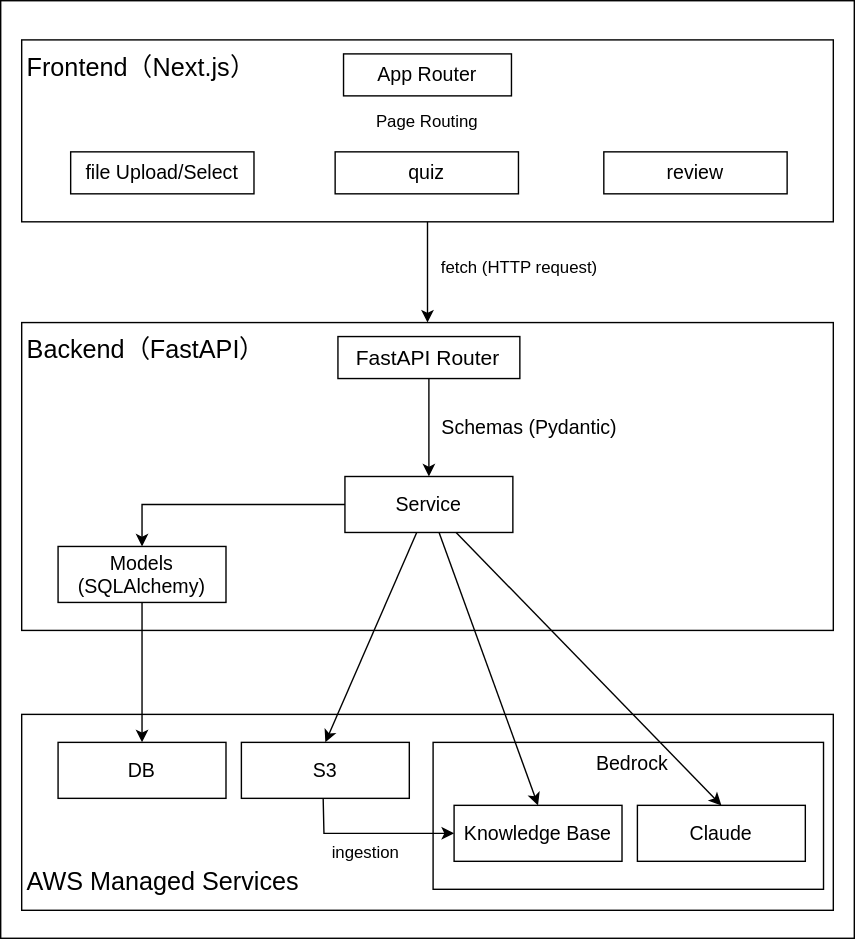
This is docs/assets/system-overview.svg from Applica-760/doc-drill, a draw.io export, as it was before one commit. Source tidied: cells renumbered, new cells last; positions are measured from the earlier drawing's top-left corner, leaving out a move shared by most shapes.
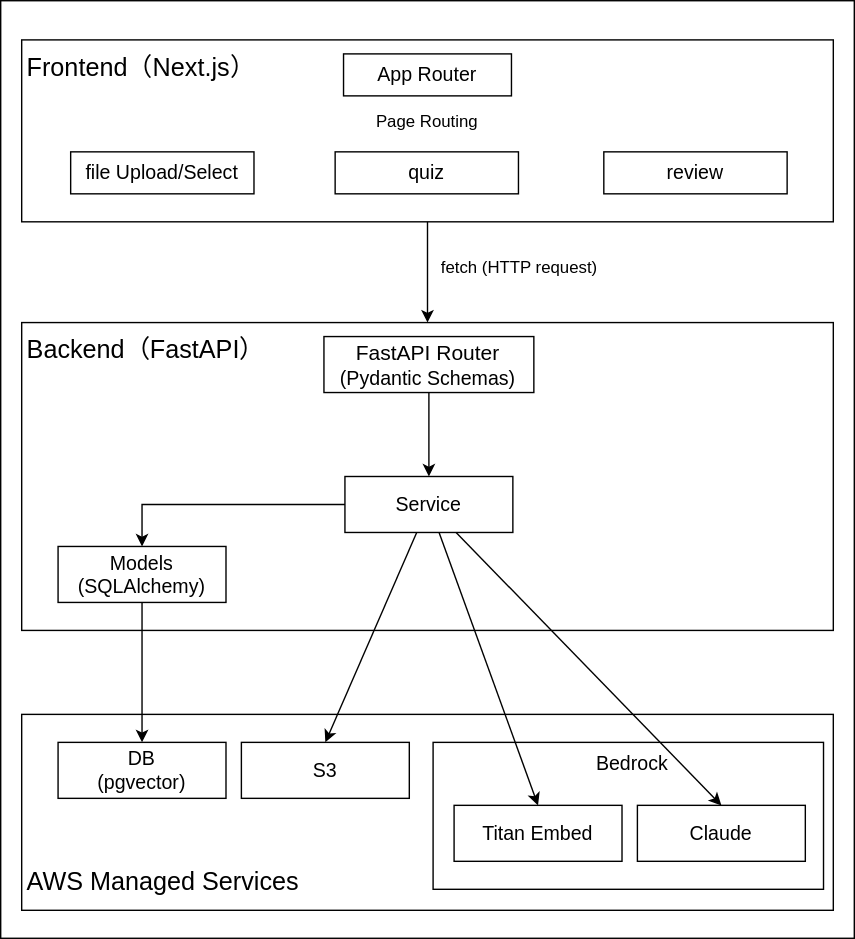
After the commit.

Commit message:
update system overview, readme, architecture.md, and spec.md

The edit, as a diff of the source:
```diff
@@ -45,7 +45,7 @@
       <mxGeometry relative="1" as="geometry" />
     </mxCell>
     <mxCell id="16" style="whiteSpace=wrap;html=1;fillColor=none;strokeColor=light-dark(#000000,#FF6666);" parent="1" vertex="1">
-      <mxGeometry x="241" y="240" width="130" height="30" as="geometry" />
+      <mxGeometry x="231" y="240" width="150" height="40" as="geometry" />
     </mxCell>
     <mxCell id="17" style="edgeStyle=none;html=1;entryX=0.5;entryY=0;entryDx=0;entryDy=0;" parent="1" edge="1" source="21" target="27">
       <mxGeometry relative="1" as="geometry" />
@@ -66,47 +66,33 @@
     <mxCell id="21" value="&lt;font style=&quot;font-size: 14px;&quot;&gt;Service&lt;/font&gt;" style="whiteSpace=wrap;html=1;fillColor=none;strokeColor=light-dark(#000000,#FF6666);" parent="1" vertex="1">
       <mxGeometry x="246" y="340" width="120" height="40" as="geometry" />
     </mxCell>
-    <mxCell id="22" value="Schemas (Pydantic)" style="fillColor=none;strokeColor=none;fontSize=14;fontColor=light-dark(#000000,#FFFFFF);" parent="1" vertex="1">
-      <mxGeometry x="313" y="289" width="130" height="30" as="geometry" />
-    </mxCell>
     <mxCell id="23" style="edgeStyle=none;html=1;" parent="1" edge="1" source="24" target="30">
       <mxGeometry relative="1" as="geometry" />
     </mxCell>
     <mxCell id="24" value="&lt;font style=&quot;font-size: 14px; color: light-dark(rgb(0, 0, 0), rgb(255, 255, 255));&quot;&gt;Models&lt;/font&gt;&lt;div&gt;&lt;font style=&quot;color: light-dark(rgb(0, 0, 0), rgb(255, 255, 255));&quot;&gt;&lt;font style=&quot;font-size: 14px;&quot;&gt;(SQLAlchemy)&lt;/font&gt;&lt;/font&gt;&lt;/div&gt;" style="whiteSpace=wrap;html=1;fillColor=none;strokeColor=light-dark(#000000,#FF6666);" parent="1" vertex="1">
       <mxGeometry x="41" y="390" width="120" height="40" as="geometry" />
     </mxCell>
-    <mxCell id="25" value="&lt;font style=&quot;font-size: 15px;&quot;&gt;FastAPI Router&lt;/font&gt;" style="text;html=1;align=center;verticalAlign=middle;strokeColor=none;fillColor=none;" parent="1" vertex="1">
-      <mxGeometry x="240" y="240" width="130" height="30" as="geometry" />
+    <mxCell id="25" value="&lt;font style=&quot;font-size: 15px; color: light-dark(rgb(0, 0, 0), rgb(255, 255, 255));&quot;&gt;FastAPI Router&lt;/font&gt;&lt;div&gt;&lt;font style=&quot;font-size: 15px; color: light-dark(rgb(0, 0, 0), rgb(255, 255, 255));&quot;&gt;&lt;span style=&quot;font-size: 14px;&quot;&gt;(Pydantic Schemas)&lt;/span&gt;&lt;/font&gt;&lt;/div&gt;" style="text;html=1;align=center;verticalAlign=middle;strokeColor=none;fillColor=none;" parent="1" vertex="1">
+      <mxGeometry x="230" y="235" width="150" height="50" as="geometry" />
     </mxCell>
     <mxCell id="26" value="&lt;font style=&quot;&quot;&gt;Page Routing&lt;/font&gt;" style="whiteSpace=wrap;html=1;strokeColor=none;fillColor=none;fontColor=light-dark(#000000,#FFFFFF);" parent="1" vertex="1">
       <mxGeometry x="265" y="77" width="80" height="20" as="geometry" />
     </mxCell>
-    <mxCell id="27" value="&lt;span style=&quot;font-size: 14px;&quot;&gt;S3&lt;/span&gt;" style="whiteSpace=wrap;html=1;fillColor=none;strokeColor=light-dark(#000000,#33FF99);" parent="1" vertex="1">
+    <mxCell id="27" value="&lt;span style=&quot;font-size: 14px;&quot;&gt;&lt;font style=&quot;color: light-dark(rgb(0, 0, 0), rgb(255, 255, 255));&quot;&gt;S3&lt;/font&gt;&lt;/span&gt;" style="whiteSpace=wrap;html=1;fillColor=none;strokeColor=light-dark(#000000,#33FF99);" parent="1" vertex="1">
       <mxGeometry x="172" y="530" width="120" height="40" as="geometry" />
     </mxCell>
-    <mxCell id="28" value="&lt;span style=&quot;font-size: 14px;&quot;&gt;Knowledge Base&lt;/span&gt;" style="whiteSpace=wrap;html=1;fillColor=none;strokeColor=light-dark(#000000,#33FF99);" parent="1" vertex="1">
+    <mxCell id="28" value="&lt;span style=&quot;font-size: 14px;&quot;&gt;&lt;font style=&quot;color: light-dark(rgb(0, 0, 0), rgb(255, 255, 255));&quot;&gt;Titan Embed&lt;/font&gt;&lt;/span&gt;" style="whiteSpace=wrap;html=1;fillColor=none;strokeColor=light-dark(#000000,#33FF99);" parent="1" vertex="1">
       <mxGeometry x="324" y="575" width="120" height="40" as="geometry" />
     </mxCell>
-    <mxCell id="29" value="&lt;span style=&quot;font-size: 14px;&quot;&gt;Claude&lt;/span&gt;" style="whiteSpace=wrap;html=1;fillColor=none;strokeColor=light-dark(#000000,#33FF99);" parent="1" vertex="1">
+    <mxCell id="29" value="&lt;span style=&quot;font-size: 14px;&quot;&gt;&lt;font style=&quot;color: light-dark(rgb(0, 0, 0), rgb(255, 255, 255));&quot;&gt;Claude&lt;/font&gt;&lt;/span&gt;" style="whiteSpace=wrap;html=1;fillColor=none;strokeColor=light-dark(#000000,#33FF99);" parent="1" vertex="1">
       <mxGeometry x="455" y="575" width="120" height="40" as="geometry" />
     </mxCell>
-    <mxCell id="30" value="&lt;span style=&quot;font-size: 14px;&quot;&gt;DB&lt;/span&gt;" style="whiteSpace=wrap;html=1;fillColor=none;strokeColor=light-dark(#000000,#33FF99);" parent="1" vertex="1">
+    <mxCell id="30" value="&lt;span style=&quot;font-size: 14px;&quot;&gt;&lt;font style=&quot;color: light-dark(rgb(0, 0, 0), rgb(255, 255, 255));&quot;&gt;DB&lt;br&gt;(pgvector)&lt;/font&gt;&lt;/span&gt;" style="whiteSpace=wrap;html=1;fillColor=none;strokeColor=light-dark(#000000,#33FF99);" parent="1" vertex="1">
       <mxGeometry x="41" y="530" width="120" height="40" as="geometry" />
     </mxCell>
     <mxCell id="31" value="&lt;font style=&quot;font-size: 14px;&quot;&gt;Bedrock&lt;/font&gt;" style="text;html=1;align=center;verticalAlign=middle;strokeColor=none;fillColor=none;" parent="1" vertex="1">
       <mxGeometry x="416" y="530" width="70" height="30" as="geometry" />
     </mxCell>
-    <mxCell id="32" style="edgeStyle=none;html=1;entryX=0;entryY=0.5;entryDx=0;entryDy=0;rounded=0;curved=0;exitX=0.487;exitY=0.993;exitDx=0;exitDy=0;exitPerimeter=0;" parent="1" edge="1" source="27">
-      <mxGeometry relative="1" as="geometry">
-        <mxPoint x="324" y="595" as="targetPoint" />
-        <Array as="points">
-          <mxPoint x="231" y="595" />
-        </Array>
-      </mxGeometry>
-    </mxCell>
-    <mxCell id="33" value="ingestion" style="text;align=left;verticalAlign=top;strokeColor=none;fillColor=none;" parent="1" vertex="1">
-      <mxGeometry x="235" y="595" width="70" height="30" as="geometry" />
-    </mxCell>
     <mxCell id="34" value="&lt;font style=&quot;font-size: 18px; color: light-dark(rgb(0, 0, 0), rgb(51, 255, 153));&quot;&gt;AWS Managed Services&lt;/font&gt;" style="text;html=1;align=left;verticalAlign=middle;strokeColor=none;fillColor=none;fontColor=light-dark(#000000,#66B2FF);" parent="1" vertex="1">
       <mxGeometry x="17" y="610" width="220" height="40" as="geometry" />
     </mxCell>
```
